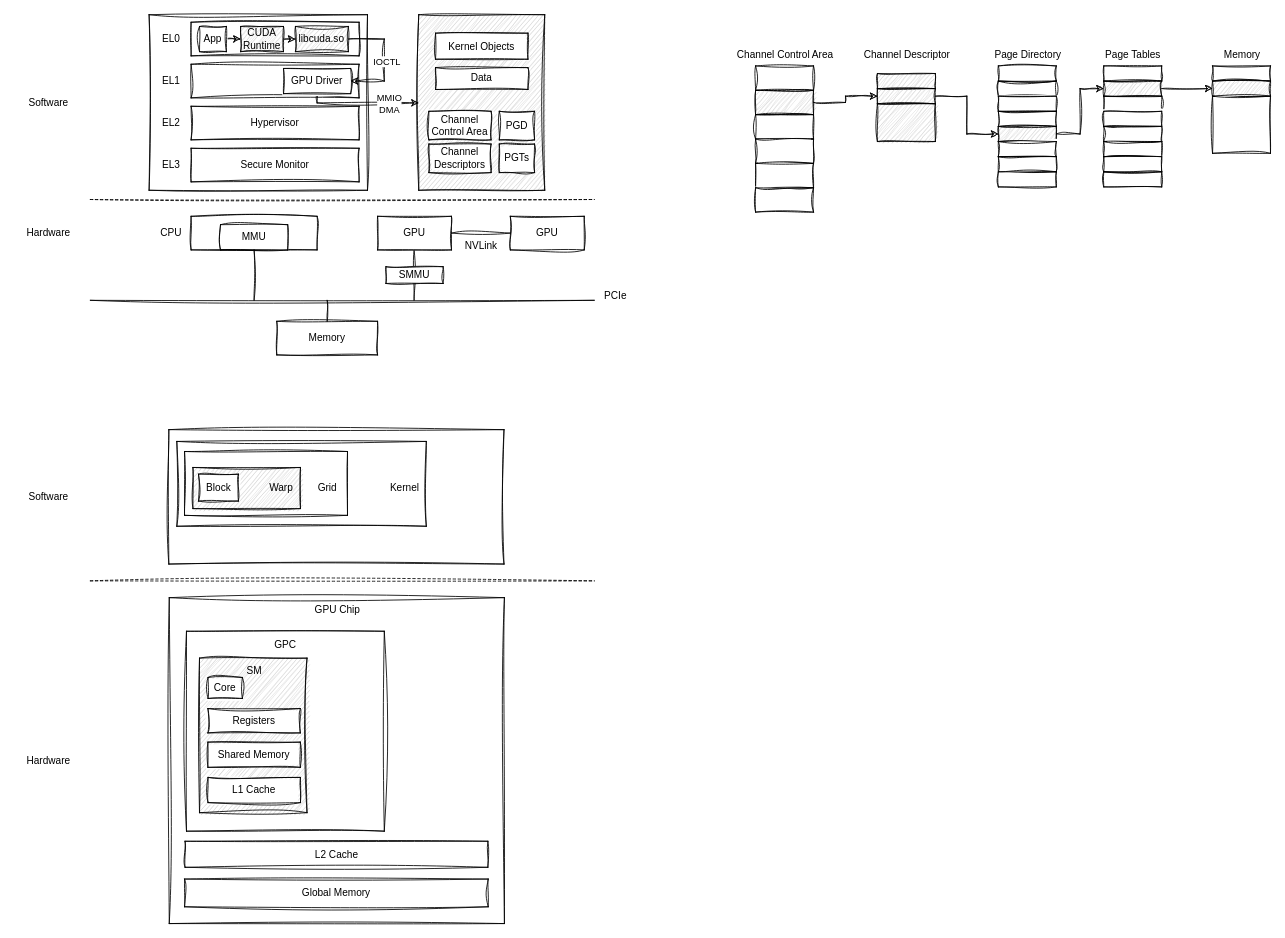
Before: gpu.drawio in qianfei11/draw.io, a draw.io diagram. Source tidied: cells renumbered, new cells numbered last; positions are measured from the earlier drawing's top-left corner, leaving out a move shared by most shapes. Both pictures are drawn from the tidied source at 84%, with x=0, y=0 at pixel (14, 14).
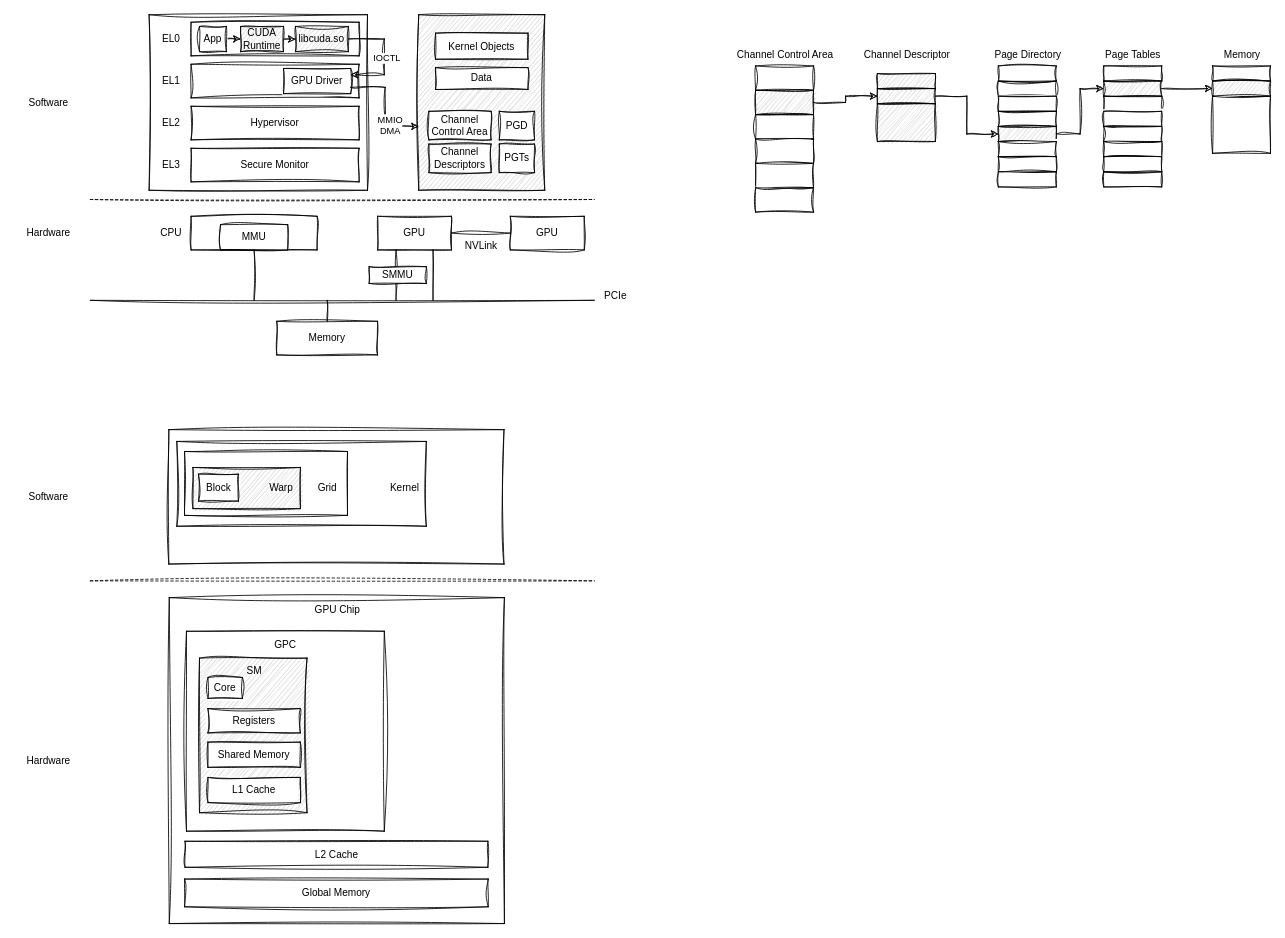
Above is the later version.

Unchanged cells that the change refers to:
```xml
<mxCell id="5" style="rounded=0;whiteSpace=wrap;html=1;fillColor=#CCCCCC;sketch=1;curveFitting=1;jiggle=2;" parent="1" vertex="1">
  <mxGeometry x="481" width="150" height="209" as="geometry" />
</mxCell>
<mxCell id="8" value="GPU" style="rounded=0;whiteSpace=wrap;html=1;sketch=1;curveFitting=1;jiggle=2;" parent="1" vertex="1">
  <mxGeometry x="432" y="240" width="88" height="40" as="geometry" />
</mxCell>
<mxCell id="17" value="GPU Driver" style="rounded=0;whiteSpace=wrap;html=1;fillStyle=auto;fillColor=#FFFFFF;sketch=1;curveFitting=1;jiggle=2;" parent="1" vertex="1">
  <mxGeometry x="320" y="64" width="80" height="30" as="geometry" />
</mxCell>
<mxCell id="104" value="libcuda.so" style="rounded=0;whiteSpace=wrap;html=1;fillStyle=auto;fillColor=#CCCCCC;sketch=1;curveFitting=1;jiggle=2;" parent="1" vertex="1">
  <mxGeometry x="334.2" y="14" width="63" height="30" as="geometry" />
</mxCell>
```

The edit, as a diff of the source:
```diff
@@
-    <mxCell id="4" style="endArrow=none;html=1;rounded=0;entryX=0.5;entryY=1;entryDx=0;entryDy=0;sketch=1;curveFitting=1;jiggle=2;" parent="1" edge="1">
+    <mxCell id="4" style="endArrow=none;html=1;rounded=0;entryX=0.25;entryY=1;entryDx=0;entryDy=0;sketch=1;curveFitting=1;jiggle=2;" parent="1" edge="1" target="8">
       <mxGeometry relative="1" as="geometry">
-        <mxPoint x="475.5" y="340" as="sourcePoint" />
-        <mxPoint x="475.5" y="280" as="targetPoint" />
+        <mxPoint x="454" y="340" as="sourcePoint" />
       </mxGeometry>
     </mxCell>
@@
-    <mxCell id="15" style="edgeStyle=orthogonalEdgeStyle;rounded=0;jettySize=auto;html=1;exitX=0.5;exitY=1;exitDx=0;exitDy=0;sketch=1;curveFitting=1;jiggle=2;" parent="1" edge="1" source="17" target="5">
-      <mxGeometry relative="1" as="geometry">
-        <Array as="points">
-          <mxPoint x="360" y="105" />
-        </Array>
-      </mxGeometry>
-    </mxCell>
-    <mxCell id="16" value="MMIO&lt;br&gt;DMA" style="edgeLabel;html=1;align=center;verticalAlign=middle;rounded=0;sketch=1;curveFitting=1;jiggle=2;" parent="15" vertex="1">
-      <mxGeometry x="0.33" y="1" relative="1" as="geometry">
-        <mxPoint x="8" y="1" as="offset" />
-      </mxGeometry>
-    </mxCell>
@@
     <mxCell id="19" value="SMMU" style="rounded=0;whiteSpace=wrap;html=1;sketch=1;curveFitting=1;jiggle=2;" parent="1" vertex="1">
-      <mxGeometry x="442" y="300" width="68" height="20" as="geometry" />
+      <mxGeometry x="422" y="300" width="68" height="20" as="geometry" />
     </mxCell>
@@
-    <mxCell id="37" style="edgeStyle=orthogonalEdgeStyle;rounded=0;jettySize=auto;html=1;entryX=1;entryY=0.5;entryDx=0;entryDy=0;exitX=1;exitY=0.5;exitDx=0;exitDy=0;sketch=1;curveFitting=1;jiggle=2;" parent="1" edge="1" source="104" target="17">
+    <mxCell id="37" style="edgeStyle=orthogonalEdgeStyle;rounded=0;jettySize=auto;html=1;entryX=1;entryY=0.25;entryDx=0;entryDy=0;exitX=1;exitY=0.5;exitDx=0;exitDy=0;sketch=1;curveFitting=1;jiggle=2;" parent="1" edge="1" source="104" target="17">
       <mxGeometry relative="1" as="geometry">
         <Array as="points">
           <mxPoint x="440" y="29" />
-          <mxPoint x="440" y="79" />
+          <mxPoint x="440" y="72" />
         </Array>
       </mxGeometry>
     </mxCell>
@@
+    <mxCell id="105" style="endArrow=none;html=1;rounded=0;entryX=0.75;entryY=1;entryDx=0;entryDy=0;sketch=1;curveFitting=1;jiggle=2;" parent="1" edge="1" target="8">
+      <mxGeometry relative="1" as="geometry">
+        <mxPoint x="498" y="340" as="sourcePoint" />
+      </mxGeometry>
+    </mxCell>
+    <mxCell id="15" style="edgeStyle=orthogonalEdgeStyle;rounded=0;jettySize=auto;html=1;exitX=1;exitY=0.75;exitDx=0;exitDy=0;sketch=1;curveFitting=1;jiggle=2;" parent="1" edge="1" source="17" target="5">
+      <mxGeometry relative="1" as="geometry">
+        <Array as="points">
+          <mxPoint x="441" y="87" />
+          <mxPoint x="441" y="133" />
+        </Array>
+      </mxGeometry>
+    </mxCell>
+    <mxCell id="16" value="MMIO&lt;br&gt;DMA" style="edgeLabel;html=1;align=center;verticalAlign=middle;rounded=0;sketch=1;curveFitting=1;jiggle=2;" parent="15" vertex="1">
+      <mxGeometry x="0.33" y="1" relative="1" as="geometry">
+        <mxPoint x="4" y="1" as="offset" />
+      </mxGeometry>
+    </mxCell>
```
